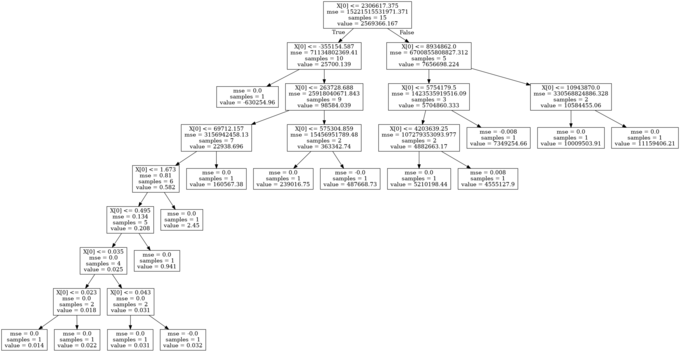
This is dot_tree.png from Dimitrios-Mourtzilas/Business-Strategy, a Graphviz export, as it was before one commit. Its source is kept beside it as dot_tree.dot.
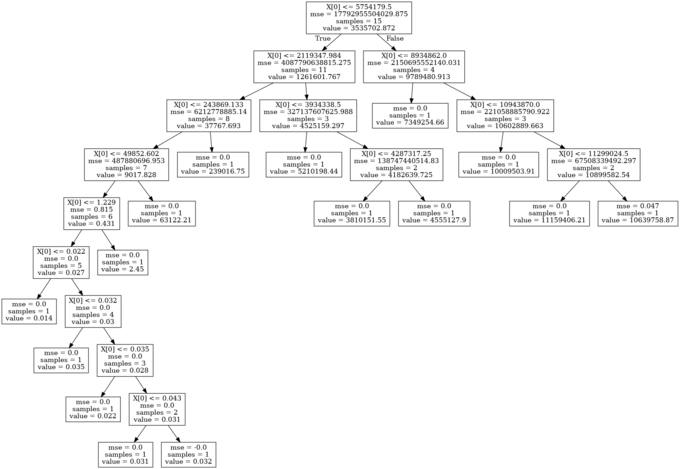
The same diagram one commit later.

What changed in the source:
```diff
@@ -1,60 +1,60 @@
 digraph Tree {
 node [shape=box] ;
-0 [label="X[0] <= 2306617.375\nmse = 15221515531971.371\nsamples = 15\nvalue = 2569366.167"] ;
-1 [label="X[0] <= -355154.587\nmse = 71134802369.41\nsamples = 10\nvalue = 25700.139"] ;
+0 [label="X[0] <= 5754179.5\nmse = 17792955504029.875\nsamples = 15\nvalue = 3535702.872"] ;
+1 [label="X[0] <= 2119347.984\nmse = 4087790638815.275\nsamples = 11\nvalue = 1261601.767"] ;
 0 -> 1 [labeldistance=2.5, labelangle=45, headlabel="True"] ;
-2 [label="mse = 0.0\nsamples = 1\nvalue = -630254.96"] ;
+2 [label="X[0] <= 243869.133\nmse = 6212778885.14\nsamples = 8\nvalue = 37767.693"] ;
 1 -> 2 ;
-3 [label="X[0] <= 263728.688\nmse = 25918040671.843\nsamples = 9\nvalue = 98584.039"] ;
-1 -> 3 ;
-4 [label="X[0] <= 69712.157\nmse = 3156942458.13\nsamples = 7\nvalue = 22938.696"] ;
+3 [label="X[0] <= 49852.602\nmse = 487880696.953\nsamples = 7\nvalue = 9017.828"] ;
+2 -> 3 ;
+4 [label="X[0] <= 1.229\nmse = 0.815\nsamples = 6\nvalue = 0.431"] ;
 3 -> 4 ;
-5 [label="X[0] <= 1.673\nmse = 0.81\nsamples = 6\nvalue = 0.582"] ;
+5 [label="X[0] <= 0.022\nmse = 0.0\nsamples = 5\nvalue = 0.027"] ;
 4 -> 5 ;
-6 [label="X[0] <= 0.495\nmse = 0.134\nsamples = 5\nvalue = 0.208"] ;
+6 [label="mse = 0.0\nsamples = 1\nvalue = 0.014"] ;
 5 -> 6 ;
-7 [label="X[0] <= 0.035\nmse = 0.0\nsamples = 4\nvalue = 0.025"] ;
-6 -> 7 ;
-8 [label="X[0] <= 0.023\nmse = 0.0\nsamples = 2\nvalue = 0.018"] ;
+7 [label="X[0] <= 0.032\nmse = 0.0\nsamples = 4\nvalue = 0.03"] ;
+5 -> 7 ;
+8 [label="mse = 0.0\nsamples = 1\nvalue = 0.035"] ;
 7 -> 8 ;
-9 [label="mse = 0.0\nsamples = 1\nvalue = 0.014"] ;
-8 -> 9 ;
+9 [label="X[0] <= 0.035\nmse = 0.0\nsamples = 3\nvalue = 0.028"] ;
+7 -> 9 ;
 10 [label="mse = 0.0\nsamples = 1\nvalue = 0.022"] ;
-8 -> 10 ;
+9 -> 10 ;
 11 [label="X[0] <= 0.043\nmse = 0.0\nsamples = 2\nvalue = 0.031"] ;
-7 -> 11 ;
+9 -> 11 ;
 12 [label="mse = 0.0\nsamples = 1\nvalue = 0.031"] ;
 11 -> 12 ;
 13 [label="mse = -0.0\nsamples = 1\nvalue = 0.032"] ;
 11 -> 13 ;
-14 [label="mse = 0.0\nsamples = 1\nvalue = 0.941"] ;
-6 -> 14 ;
-15 [label="mse = 0.0\nsamples = 1\nvalue = 2.45"] ;
-5 -> 15 ;
-16 [label="mse = 0.0\nsamples = 1\nvalue = 160567.38"] ;
-4 -> 16 ;
-17 [label="X[0] <= 575304.859\nmse = 15456951789.48\nsamples = 2\nvalue = 363342.74"] ;
-3 -> 17 ;
-18 [label="mse = 0.0\nsamples = 1\nvalue = 239016.75"] ;
+14 [label="mse = 0.0\nsamples = 1\nvalue = 2.45"] ;
+4 -> 14 ;
+15 [label="mse = 0.0\nsamples = 1\nvalue = 63122.21"] ;
+3 -> 15 ;
+16 [label="mse = 0.0\nsamples = 1\nvalue = 239016.75"] ;
+2 -> 16 ;
+17 [label="X[0] <= 3934338.5\nmse = 327137607625.988\nsamples = 3\nvalue = 4525159.297"] ;
+1 -> 17 ;
+18 [label="mse = 0.0\nsamples = 1\nvalue = 5210198.44"] ;
 17 -> 18 ;
-19 [label="mse = -0.0\nsamples = 1\nvalue = 487668.73"] ;
+19 [label="X[0] <= 4287317.25\nmse = 138747440514.83\nsamples = 2\nvalue = 4182639.725"] ;
 17 -> 19 ;
-20 [label="X[0] <= 8934862.0\nmse = 6700855808827.312\nsamples = 5\nvalue = 7656698.224"] ;
-0 -> 20 [labeldistance=2.5, labelangle=-45, headlabel="False"] ;
-21 [label="X[0] <= 5754179.5\nmse = 1423535919516.09\nsamples = 3\nvalue = 5704860.333"] ;
-20 -> 21 ;
-22 [label="X[0] <= 4203639.25\nmse = 107279353093.977\nsamples = 2\nvalue = 4882663.17"] ;
-21 -> 22 ;
-23 [label="mse = 0.0\nsamples = 1\nvalue = 5210198.44"] ;
+20 [label="mse = 0.0\nsamples = 1\nvalue = 3810151.55"] ;
+19 -> 20 ;
+21 [label="mse = 0.0\nsamples = 1\nvalue = 4555127.9"] ;
+19 -> 21 ;
+22 [label="X[0] <= 8934862.0\nmse = 2150695552140.031\nsamples = 4\nvalue = 9789480.913"] ;
+0 -> 22 [labeldistance=2.5, labelangle=-45, headlabel="False"] ;
+23 [label="mse = 0.0\nsamples = 1\nvalue = 7349254.66"] ;
 22 -> 23 ;
-24 [label="mse = 0.008\nsamples = 1\nvalue = 4555127.9"] ;
+24 [label="X[0] <= 10943870.0\nmse = 221058885790.922\nsamples = 3\nvalue = 10602889.663"] ;
 22 -> 24 ;
-25 [label="mse = -0.008\nsamples = 1\nvalue = 7349254.66"] ;
-21 -> 25 ;
-26 [label="X[0] <= 10943870.0\nmse = 330568824886.328\nsamples = 2\nvalue = 10584455.06"] ;
-20 -> 26 ;
-27 [label="mse = 0.0\nsamples = 1\nvalue = 10009503.91"] ;
+25 [label="mse = 0.0\nsamples = 1\nvalue = 10009503.91"] ;
+24 -> 25 ;
+26 [label="X[0] <= 11299024.5\nmse = 67508339492.297\nsamples = 2\nvalue = 10899582.54"] ;
+24 -> 26 ;
+27 [label="mse = 0.0\nsamples = 1\nvalue = 11159406.21"] ;
 26 -> 27 ;
-28 [label="mse = 0.0\nsamples = 1\nvalue = 11159406.21"] ;
+28 [label="mse = 0.047\nsamples = 1\nvalue = 10639758.87"] ;
 26 -> 28 ;
 }
```
